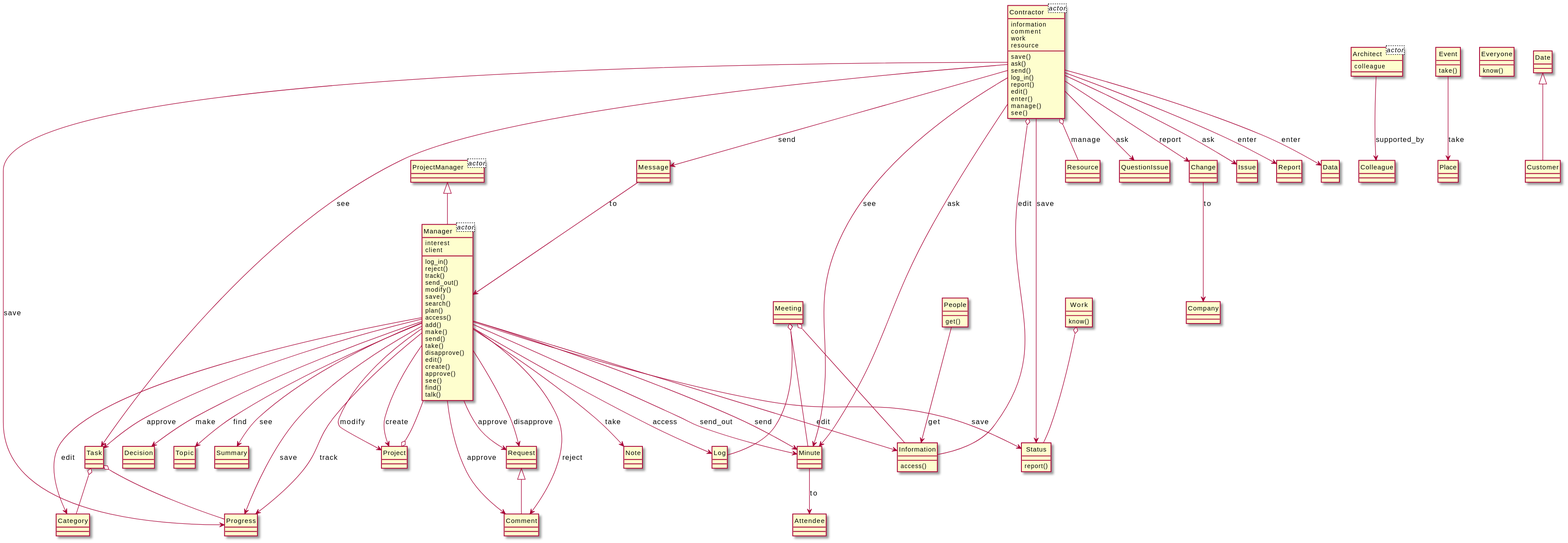
Above: output/diagram_5/2015-USC-Project06.svg in xixixhalu/DomainModelExtractor (PlantUML), before the change.
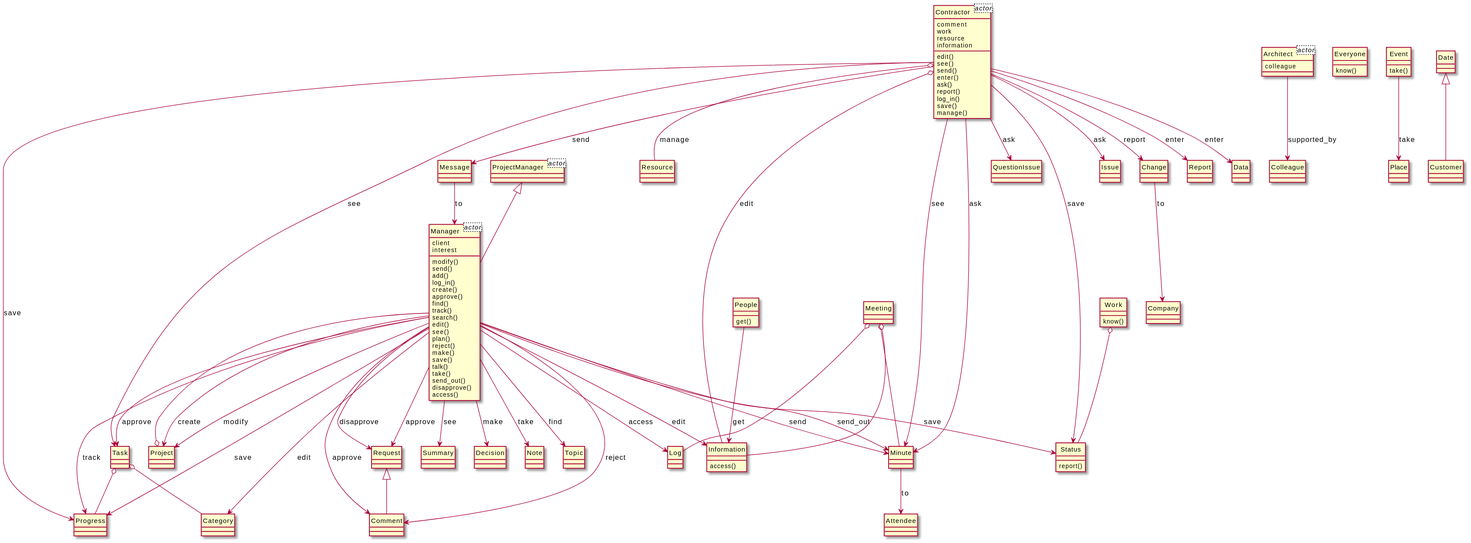
The same file after the commit.

Change to the diagram source:
```diff
@@ -1,14 +1,14 @@
 @startuml
 hide circle
 class Manager<actor> {
+	client
 	interest
-	client
 }
 class Contractor<actor> {
-	information
 	comment
 	work
 	resource
+	information
 }
 class Architect<actor> {
 	colleague
@@ -22,41 +22,17 @@
 class Log {
 }
 class Contractor {
+	edit()
+	see()
+	send()
+	enter()
+	ask()
+	report()
+	log_in()
 	save()
-	ask()
-	send()
-	log_in()
-	report()
-	edit()
-	enter()
 	manage()
-	see()
 }
-class Minute {
-}
-class Manager {
-	log_in()
-	reject()
-	track()
-	send_out()
-	modify()
-	save()
-	search()
-	plan()
-	access()
-	add()
-	make()
-	send()
-	take()
-	disapprove()
-	edit()
-	create()
-	approve()
-	see()
-	find()
-	talk()
-}
-class Project {
+class Resource {
 }
 class People {
 	get()
@@ -64,47 +40,71 @@
 class Information {
 	access()
 }
-class Progress {
+class Manager {
+	modify()
+	send()
+	add()
+	log_in()
+	create()
+	approve()
+	find()
+	track()
+	search()
+	edit()
+	see()
+	plan()
+	reject()
+	make()
+	save()
+	talk()
+	take()
+	send_out()
+	disapprove()
+	access()
 }
 class Task {
 }
-class Request {
+class Progress {
+}
+class Minute {
+}
+class QuestionIssue {
+}
+class Project {
 }
 class Comment {
 }
 class Status {
 	report()
 }
-class Resource {
+class Everyone {
+	know()
+}
+class Request {
+}
+class Summary {
+}
+class Issue {
+}
+class Change {
+}
+class Message {
 }
 class Event {
 	take()
 }
 class Place {
 }
-class Note {
+class Decision {
 }
-class Decision {
+class Report {
 }
 class Work {
 	know()
 }
-class Message {
-}
-class QuestionIssue {
-}
-class Change {
-}
-class Issue {
-}
-class Report {
+class Note {
 }
 class Topic {
-}
-class Summary {
-}
-class Everyone {
-	know()
 }
 class Data {
 }
@@ -116,58 +116,58 @@
 }
 class Customer {
 }
+class ProjectManager {
+}
 class Architect {
 }
 class Colleague {
 }
-class ProjectManager {
-}
-Manager --> Project : modify
 Manager --> Information : edit
+Message --> Manager : to
+Manager --> Log : access
+Manager --> Decision : make
+Meeting o-- Minute
+Manager --> Task : approve
+Contractor --> Progress : save
+Task o-- Category
+Contractor --> Report : enter
+Manager --> Status : save
+Minute --> Attendee : to
+Project o-- Manager
+Manager --> Progress : save
+Contractor --> Issue : ask
+Architect --> Colleague : supported_by
+Contractor --> Status : save
+Contractor --> Minute : see
+Manager --> Note : take
+Manager --> Minute : send_out
 Meeting o-- Log
-Manager --> Request : approve
-Task o-- Category
-People --> Information : get
+Contractor --> QuestionIssue : ask
 Manager --> Topic : find
 Task o-- Progress
-Manager --> Decision : make
-Architect --> Colleague : supported_by
-Manager --> Progress : save
+Manager --> Category : edit
+Manager --> Project : create
+Contractor --> Data : enter
+Contractor --> Change : report
+Contractor --> Minute : ask
+Work o-- Status
+Contractor --> Task : see
+Contractor --> Message : send
+Change --> Company : to
+Manager --> Request : disapprove
+ProjectManager <|-- Manager
+Date <|-- Customer
+Manager --> Comment : reject
+Event --> Place : take
+Contractor o-- Resource : manage
+Manager --> Comment : approve
+Manager --> Project : modify
+Manager --> Progress : track
 Manager --> Summary : see
-Manager --> Status : save
-Manager --> Minute : send_out
-Manager --> Category : edit
-Contractor --> Task : see
-ProjectManager <|-- Manager
-Manager --> Log : access
-Manager --> Comment : reject
-Manager --> Progress : track
-Manager --> Task : approve
-Project o-- Manager
-Contractor --> Data : enter
-Contractor --> Message : send
+Request <|-- Comment
+Manager --> Minute : send
 Meeting o-- Information
-Meeting o-- Minute
-Manager --> Request : disapprove
-Contractor --> QuestionIssue : ask
-Request <|-- Comment
-Message --> Manager : to
-Manager --> Comment : approve
-Contractor --> Change : report
-Minute --> Attendee : to
+People --> Information : get
 Contractor o-- Information : edit
-Contractor --> Status : save
-Contractor --> Progress : save
-Change --> Company : to
-Contractor --> Minute : ask
-Contractor o-- Resource : manage
-Contractor --> Minute : see
-Manager --> Note : take
-Contractor --> Issue : ask
-Work o-- Status
-Date <|-- Customer
-Manager --> Project : create
-Contractor --> Report : enter
-Event --> Place : take
-Manager --> Minute : send
+Manager --> Request : approve
 @enduml
```
